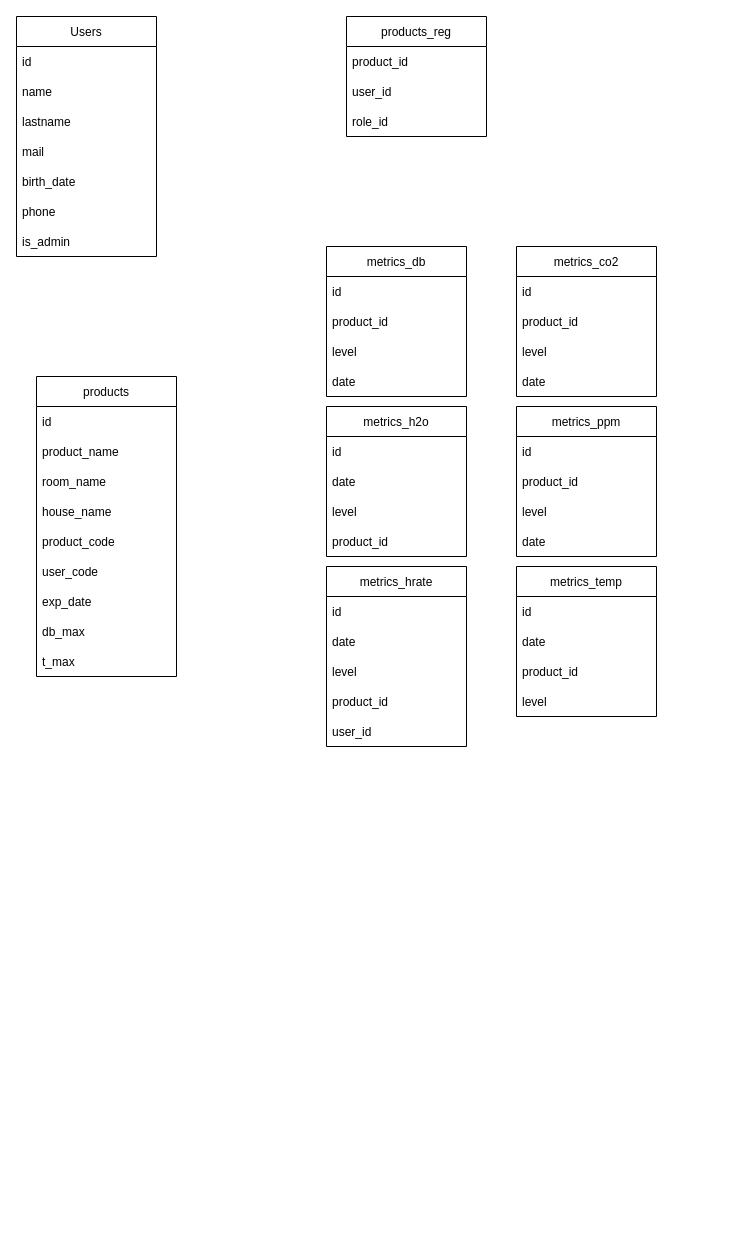
Earlier version of the draw.io diagram bdd.drawio (HipppB/safeHub). Source tidied: cells renumbered, new cells numbered last; positions are measured from the earlier drawing's top-left corner, leaving out a move shared by most shapes. Both pictures are drawn from the tidied source at 100%, with x=0, y=0 at pixel (16, 16).
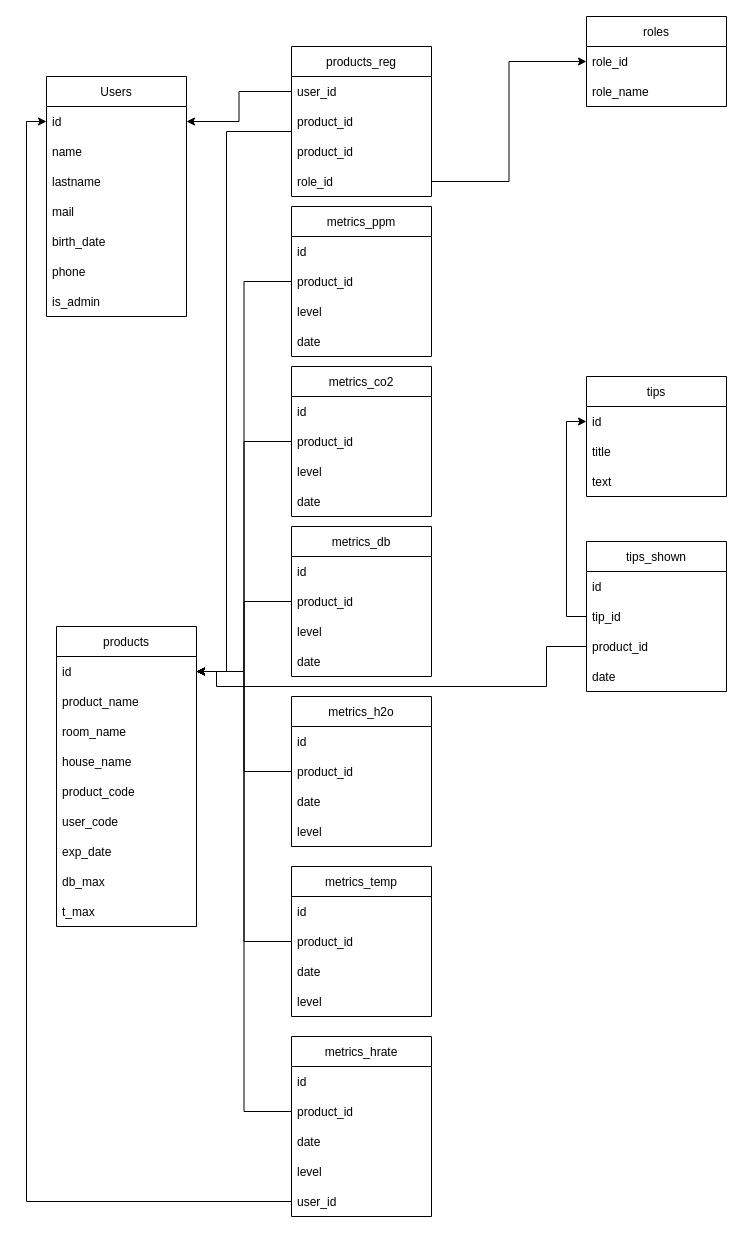
Above is the later version.

Commit message (it also covers changes not shown here):
Mettre à jour bdd.drawio

The change refers to these unchanged cells:
```xml
<mxCell id="3" value="id" style="text;strokeColor=none;fillColor=none;align=left;verticalAlign=middle;spacingLeft=4;spacingRight=4;overflow=hidden;points=[[0,0.5],[1,0.5]];portConstraint=eastwest;" parent="2" vertex="1">
  <mxGeometry y="30" width="140" height="30" as="geometry" />
</mxCell>
<mxCell id="17" value="product_id" style="text;strokeColor=none;fillColor=none;align=left;verticalAlign=middle;spacingLeft=4;spacingRight=4;overflow=hidden;points=[[0,0.5],[1,0.5]];portConstraint=eastwest;" parent="15" vertex="1">
  <mxGeometry y="60" width="140" height="30" as="geometry" />
</mxCell>
<mxCell id="21" value="id" style="text;strokeColor=none;fillColor=none;align=left;verticalAlign=middle;spacingLeft=4;spacingRight=4;overflow=hidden;points=[[0,0.5],[1,0.5]];portConstraint=eastwest;" parent="20" vertex="1">
  <mxGeometry y="30" width="140" height="30" as="geometry" />
</mxCell>
<mxCell id="35" value="user_id" style="text;strokeColor=none;fillColor=none;align=left;verticalAlign=middle;spacingLeft=4;spacingRight=4;overflow=hidden;points=[[0,0.5],[1,0.5]];portConstraint=eastwest;" parent="30" vertex="1">
  <mxGeometry y="150" width="140" height="30" as="geometry" />
</mxCell>
<mxCell id="38" value="product_id" style="text;strokeColor=none;fillColor=none;align=left;verticalAlign=middle;spacingLeft=4;spacingRight=4;overflow=hidden;points=[[0,0.5],[1,0.5]];portConstraint=eastwest;" parent="36" vertex="1">
  <mxGeometry y="60" width="140" height="30" as="geometry" />
</mxCell>
<mxCell id="52" value="product_id" style="text;strokeColor=none;fillColor=none;align=left;verticalAlign=middle;spacingLeft=4;spacingRight=4;overflow=hidden;points=[[0,0.5],[1,0.5]];portConstraint=eastwest;" parent="50" vertex="1">
  <mxGeometry y="60" width="140" height="30" as="geometry" />
</mxCell>
```

Change to the diagram source:
```diff
@@
     <mxCell id="2" value="Users" style="swimlane;fontStyle=0;horizontal=1;startSize=30;" parent="1" vertex="1">
-      <mxGeometry width="140" height="240" as="geometry" />
+      <mxGeometry x="30" y="60" width="140" height="240" as="geometry" />
     </mxCell>
@@
     <mxCell id="10" value="metrics_h2o" style="swimlane;fontStyle=0;horizontal=1;startSize=30;" parent="1" vertex="1">
-      <mxGeometry x="310" y="390" width="140" height="150" as="geometry" />
+      <mxGeometry x="275" y="680" width="140" height="150" as="geometry" />
     </mxCell>
@@
+    <mxCell id="14" value="product_id" style="text;strokeColor=none;fillColor=none;align=left;verticalAlign=middle;spacingLeft=4;spacingRight=4;overflow=hidden;points=[[0,0.5],[1,0.5]];portConstraint=eastwest;" parent="10" vertex="1">
+      <mxGeometry y="60" width="140" height="30" as="geometry" />
+    </mxCell>
     <mxCell id="12" value="date" style="text;strokeColor=none;fillColor=none;align=left;verticalAlign=middle;spacingLeft=4;spacingRight=4;overflow=hidden;" parent="10" vertex="1">
-      <mxGeometry y="60" width="140" height="30" as="geometry" />
+      <mxGeometry y="90" width="140" height="30" as="geometry" />
     </mxCell>
     <mxCell id="13" value="level" style="text;strokeColor=none;fillColor=none;align=left;verticalAlign=middle;spacingLeft=4;spacingRight=4;overflow=hidden;" parent="10" vertex="1">
-      <mxGeometry y="90" width="140" height="30" as="geometry" />
+      <mxGeometry y="120" width="140" height="30" as="geometry" />
     </mxCell>
-    <mxCell id="14" value="product_id" style="text;strokeColor=none;fillColor=none;align=left;verticalAlign=middle;spacingLeft=4;spacingRight=4;overflow=hidden;points=[[0,0.5],[1,0.5]];portConstraint=eastwest;" parent="10" vertex="1">
-      <mxGeometry y="120" width="140" height="30" as="geometry" />
-    </mxCell>
     <mxCell id="15" value="metrics_db" style="swimlane;fontStyle=0;horizontal=1;startSize=30;" parent="1" vertex="1">
-      <mxGeometry x="310" y="230" width="140" height="150" as="geometry" />
+      <mxGeometry x="275" y="510" width="140" height="150" as="geometry" />
     </mxCell>
@@
     <mxCell id="20" value="products" style="swimlane;fontStyle=0;horizontal=1;startSize=30;" parent="1" vertex="1">
-      <mxGeometry x="20" y="360" width="140" height="300" as="geometry" />
+      <mxGeometry x="40" y="610" width="140" height="300" as="geometry" />
     </mxCell>
@@
     <mxCell id="30" value="metrics_hrate" style="swimlane;fontStyle=0;horizontal=1;startSize=30;" parent="1" vertex="1">
-      <mxGeometry x="310" y="550" width="140" height="180" as="geometry" />
+      <mxGeometry x="275" y="1020" width="140" height="180" as="geometry" />
     </mxCell>
@@
+    <mxCell id="34" value="product_id" style="text;strokeColor=none;fillColor=none;align=left;verticalAlign=middle;spacingLeft=4;spacingRight=4;overflow=hidden;points=[[0,0.5],[1,0.5]];portConstraint=eastwest;" parent="30" vertex="1">
+      <mxGeometry y="60" width="140" height="30" as="geometry" />
+    </mxCell>
     <mxCell id="32" value="date" style="text;strokeColor=none;fillColor=none;align=left;verticalAlign=middle;spacingLeft=4;spacingRight=4;overflow=hidden;" parent="30" vertex="1">
-      <mxGeometry y="60" width="140" height="30" as="geometry" />
+      <mxGeometry y="90" width="140" height="30" as="geometry" />
     </mxCell>
     <mxCell id="33" value="level" style="text;strokeColor=none;fillColor=none;align=left;verticalAlign=middle;spacingLeft=4;spacingRight=4;overflow=hidden;" parent="30" vertex="1">
-      <mxGeometry y="90" width="140" height="30" as="geometry" />
+      <mxGeometry y="120" width="140" height="30" as="geometry" />
     </mxCell>
-    <mxCell id="34" value="product_id" style="text;strokeColor=none;fillColor=none;align=left;verticalAlign=middle;spacingLeft=4;spacingRight=4;overflow=hidden;points=[[0,0.5],[1,0.5]];portConstraint=eastwest;" parent="30" vertex="1">
-      <mxGeometry y="120" width="140" height="30" as="geometry" />
-    </mxCell>
@@
     <mxCell id="36" value="metrics_ppm" style="swimlane;fontStyle=0;horizontal=1;startSize=30;" parent="1" vertex="1">
-      <mxGeometry x="500" y="390" width="140" height="150" as="geometry" />
+      <mxGeometry x="275" y="190" width="140" height="150" as="geometry" />
     </mxCell>
@@
     <mxCell id="41" value="products_reg" style="swimlane;fontStyle=0;horizontal=1;startSize=30;" parent="1" vertex="1">
-      <mxGeometry x="330" width="140" height="120" as="geometry" />
+      <mxGeometry x="275" y="30" width="140" height="150" as="geometry" />
     </mxCell>
+    <mxCell id="43" value="user_id" style="text;strokeColor=none;fillColor=none;align=left;verticalAlign=middle;spacingLeft=4;spacingRight=4;overflow=hidden;points=[[0,0.5],[1,0.5]];portConstraint=eastwest;" parent="41" vertex="1">
+      <mxGeometry y="30" width="140" height="30" as="geometry" />
+    </mxCell>
+    <mxCell id="55" value="product_id" style="text;strokeColor=none;fillColor=none;align=left;verticalAlign=middle;spacingLeft=4;spacingRight=4;overflow=hidden;points=[[0,0.5],[1,0.5]];portConstraint=eastwest;" parent="41" vertex="1">
+      <mxGeometry y="60" width="140" height="30" as="geometry" />
+    </mxCell>
     <mxCell id="42" value="product_id" style="text;strokeColor=none;fillColor=none;align=left;verticalAlign=middle;spacingLeft=4;spacingRight=4;overflow=hidden;" parent="41" vertex="1">
-      <mxGeometry y="30" width="140" height="30" as="geometry" />
+      <mxGeometry y="90" width="140" height="30" as="geometry" />
     </mxCell>
-    <mxCell id="43" value="user_id" style="text;strokeColor=none;fillColor=none;align=left;verticalAlign=middle;spacingLeft=4;spacingRight=4;overflow=hidden;points=[[0,0.5],[1,0.5]];portConstraint=eastwest;" parent="41" vertex="1">
-      <mxGeometry y="60" width="140" height="30" as="geometry" />
-    </mxCell>
     <mxCell id="44" value="role_id" style="text;strokeColor=none;fillColor=none;align=left;verticalAlign=middle;spacingLeft=4;spacingRight=4;overflow=hidden;points=[[0,0.5],[1,0.5]];portConstraint=eastwest;" parent="41" vertex="1">
-      <mxGeometry y="90" width="140" height="30" as="geometry" />
+      <mxGeometry y="120" width="140" height="30" as="geometry" />
     </mxCell>
     <mxCell id="45" value="metrics_temp" style="swimlane;fontStyle=0;horizontal=1;startSize=30;" parent="1" vertex="1">
-      <mxGeometry x="500" y="550" width="140" height="150" as="geometry" />
+      <mxGeometry x="275" y="850" width="140" height="150" as="geometry" />
     </mxCell>
@@
+    <mxCell id="48" value="product_id" style="text;strokeColor=none;fillColor=none;align=left;verticalAlign=middle;spacingLeft=4;spacingRight=4;overflow=hidden;points=[[0,0.5],[1,0.5]];portConstraint=eastwest;" parent="45" vertex="1">
+      <mxGeometry y="60" width="140" height="30" as="geometry" />
+    </mxCell>
     <mxCell id="47" value="date" style="text;strokeColor=none;fillColor=none;align=left;verticalAlign=middle;spacingLeft=4;spacingRight=4;overflow=hidden;" parent="45" vertex="1">
-      <mxGeometry y="60" width="140" height="30" as="geometry" />
+      <mxGeometry y="90" width="140" height="30" as="geometry" />
     </mxCell>
-    <mxCell id="48" value="product_id" style="text;strokeColor=none;fillColor=none;align=left;verticalAlign=middle;spacingLeft=4;spacingRight=4;overflow=hidden;points=[[0,0.5],[1,0.5]];portConstraint=eastwest;" parent="45" vertex="1">
-      <mxGeometry y="90" width="140" height="30" as="geometry" />
-    </mxCell>
@@
     <mxCell id="50" value="metrics_co2" style="swimlane;fontStyle=0;horizontal=1;startSize=30;" parent="1" vertex="1">
-      <mxGeometry x="500" y="230" width="140" height="150" as="geometry" />
+      <mxGeometry x="275" y="350" width="140" height="150" as="geometry" />
     </mxCell>
@@
+    <mxCell id="56" style="edgeStyle=orthogonalEdgeStyle;rounded=0;jettySize=auto;html=1;entryX=1;entryY=0.5;entryDx=0;entryDy=0;" parent="1" edge="1" source="43" target="3">
+      <mxGeometry relative="1" as="geometry" />
+    </mxCell>
+    <mxCell id="57" value="roles" style="swimlane;fontStyle=0;horizontal=1;startSize=30;" parent="1" vertex="1">
+      <mxGeometry x="570" width="140" height="90" as="geometry" />
+    </mxCell>
+    <mxCell id="58" value="role_id" style="text;strokeColor=none;fillColor=none;align=left;verticalAlign=middle;spacingLeft=4;spacingRight=4;overflow=hidden;points=[[0,0.5],[1,0.5]];portConstraint=eastwest;" parent="57" vertex="1">
+      <mxGeometry y="30" width="140" height="30" as="geometry" />
+    </mxCell>
+    <mxCell id="59" value="role_name" style="text;strokeColor=none;fillColor=none;align=left;verticalAlign=middle;spacingLeft=4;spacingRight=4;overflow=hidden;" parent="57" vertex="1">
+      <mxGeometry y="60" width="140" height="30" as="geometry" />
+    </mxCell>
+    <mxCell id="60" style="edgeStyle=orthogonalEdgeStyle;rounded=0;jettySize=auto;html=1;exitX=1;exitY=0.5;exitDx=0;exitDy=0;entryX=0;entryY=0.5;entryDx=0;entryDy=0;" parent="1" edge="1" source="44" target="58">
+      <mxGeometry relative="1" as="geometry" />
+    </mxCell>
+    <mxCell id="61" style="edgeStyle=orthogonalEdgeStyle;rounded=0;jettySize=auto;html=1;exitX=0;exitY=0.5;exitDx=0;exitDy=0;entryX=1;entryY=0.5;entryDx=0;entryDy=0;" parent="1" edge="1" source="38" target="21">
+      <mxGeometry relative="1" as="geometry" />
+    </mxCell>
+    <mxCell id="62" style="edgeStyle=orthogonalEdgeStyle;rounded=0;jettySize=auto;html=1;exitX=0;exitY=0.5;exitDx=0;exitDy=0;" parent="1" edge="1" source="52" target="21">
+      <mxGeometry relative="1" as="geometry" />
+    </mxCell>
+    <mxCell id="63" style="edgeStyle=orthogonalEdgeStyle;rounded=0;jettySize=auto;html=1;" parent="1" edge="1" source="17" target="21">
+      <mxGeometry relative="1" as="geometry" />
+    </mxCell>
+    <mxCell id="64" style="edgeStyle=orthogonalEdgeStyle;rounded=0;jettySize=auto;html=1;" parent="1" edge="1" source="14" target="21">
+      <mxGeometry relative="1" as="geometry" />
+    </mxCell>
+    <mxCell id="65" style="edgeStyle=orthogonalEdgeStyle;rounded=0;jettySize=auto;html=1;" parent="1" edge="1" source="48" target="21">
+      <mxGeometry relative="1" as="geometry" />
+    </mxCell>
+    <mxCell id="66" style="edgeStyle=orthogonalEdgeStyle;rounded=0;jettySize=auto;html=1;" parent="1" edge="1" source="34" target="21">
+      <mxGeometry relative="1" as="geometry" />
+    </mxCell>
+    <mxCell id="67" style="edgeStyle=orthogonalEdgeStyle;rounded=0;jettySize=auto;html=1;exitX=0;exitY=0.5;exitDx=0;exitDy=0;entryX=0;entryY=0.5;entryDx=0;entryDy=0;" parent="1" edge="1" source="35" target="3">
+      <mxGeometry relative="1" as="geometry" />
+    </mxCell>
+    <mxCell id="68" style="edgeStyle=orthogonalEdgeStyle;rounded=0;jettySize=auto;html=1;exitX=0;exitY=0.5;exitDx=0;exitDy=0;" parent="1" edge="1" source="55" target="21">
+      <mxGeometry relative="1" as="geometry">
+        <Array as="points">
+          <mxPoint x="210" y="115" />
+          <mxPoint x="210" y="655" />
+        </Array>
+      </mxGeometry>
+    </mxCell>
+    <mxCell id="69" value="tips" style="swimlane;fontStyle=0;horizontal=1;startSize=30;" parent="1" vertex="1">
+      <mxGeometry x="570" y="360" width="140" height="120" as="geometry" />
+    </mxCell>
+    <mxCell id="70" value="id" style="text;strokeColor=none;fillColor=none;align=left;verticalAlign=middle;spacingLeft=4;spacingRight=4;overflow=hidden;points=[[0,0.5],[1,0.5]];portConstraint=eastwest;" parent="69" vertex="1">
+      <mxGeometry y="30" width="140" height="30" as="geometry" />
+    </mxCell>
+    <mxCell id="71" value="title" style="text;strokeColor=none;fillColor=none;align=left;verticalAlign=middle;spacingLeft=4;spacingRight=4;overflow=hidden;" parent="69" vertex="1">
+      <mxGeometry y="60" width="140" height="30" as="geometry" />
+    </mxCell>
+    <mxCell id="72" value="text" style="text;strokeColor=none;fillColor=none;align=left;verticalAlign=middle;spacingLeft=4;spacingRight=4;overflow=hidden;" parent="69" vertex="1">
+      <mxGeometry y="90" width="140" height="30" as="geometry" />
+    </mxCell>
+    <mxCell id="73" value="tips_shown" style="swimlane;fontStyle=0;horizontal=1;startSize=30;" parent="1" vertex="1">
+      <mxGeometry x="570" y="525" width="140" height="150" as="geometry" />
+    </mxCell>
+    <mxCell id="74" value="id" style="text;strokeColor=none;fillColor=none;align=left;verticalAlign=middle;spacingLeft=4;spacingRight=4;overflow=hidden;" parent="73" vertex="1">
+      <mxGeometry y="30" width="140" height="30" as="geometry" />
+    </mxCell>
+    <mxCell id="75" value="tip_id" style="text;strokeColor=none;fillColor=none;align=left;verticalAlign=middle;spacingLeft=4;spacingRight=4;overflow=hidden;points=[[0,0.5],[1,0.5]];portConstraint=eastwest;" parent="73" vertex="1">
+      <mxGeometry y="60" width="140" height="30" as="geometry" />
+    </mxCell>
+    <mxCell id="76" value="product_id" style="text;strokeColor=none;fillColor=none;align=left;verticalAlign=middle;spacingLeft=4;spacingRight=4;overflow=hidden;points=[[0,0.5],[1,0.5]];portConstraint=eastwest;" parent="73" vertex="1">
+      <mxGeometry y="90" width="140" height="30" as="geometry" />
+    </mxCell>
+    <mxCell id="77" value="date" style="text;strokeColor=none;fillColor=none;align=left;verticalAlign=middle;spacingLeft=4;spacingRight=4;overflow=hidden;" parent="73" vertex="1">
+      <mxGeometry y="120" width="140" height="30" as="geometry" />
+    </mxCell>
+    <mxCell id="78" style="edgeStyle=orthogonalEdgeStyle;rounded=0;jettySize=auto;html=1;entryX=0;entryY=0.5;entryDx=0;entryDy=0;" parent="1" edge="1" source="75" target="70">
+      <mxGeometry relative="1" as="geometry" />
+    </mxCell>
+    <mxCell id="79" style="edgeStyle=orthogonalEdgeStyle;rounded=0;jettySize=auto;html=1;entryX=1;entryY=0.5;entryDx=0;entryDy=0;exitX=0;exitY=0.5;exitDx=0;exitDy=0;" parent="1" edge="1" source="76" target="21">
+      <mxGeometry relative="1" as="geometry">
+        <Array as="points">
+          <mxPoint x="530" y="630" />
+          <mxPoint x="530" y="670" />
+          <mxPoint x="200" y="670" />
+          <mxPoint x="200" y="655" />
+        </Array>
+      </mxGeometry>
+    </mxCell>
```
